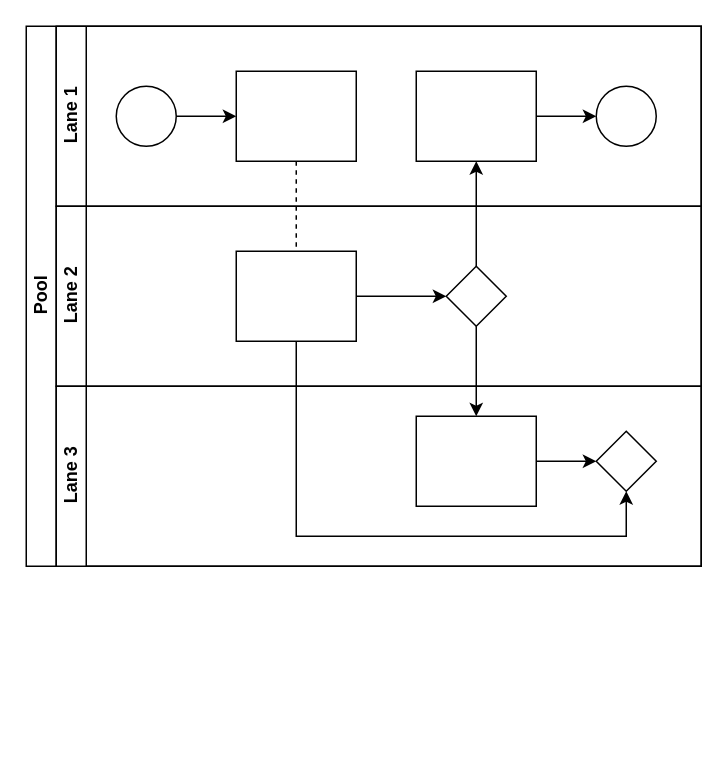
The draw.io diagram cdss_sop.drawio in sophsticate/drawio, before the edit. Source tidied: cells renumbered, new cells numbered last; positions are measured from the earlier drawing's top-left corner, leaving out a move shared by most shapes. Both pictures are drawn from the tidied source at 150%, with x=0, y=0 at pixel (26, 26).
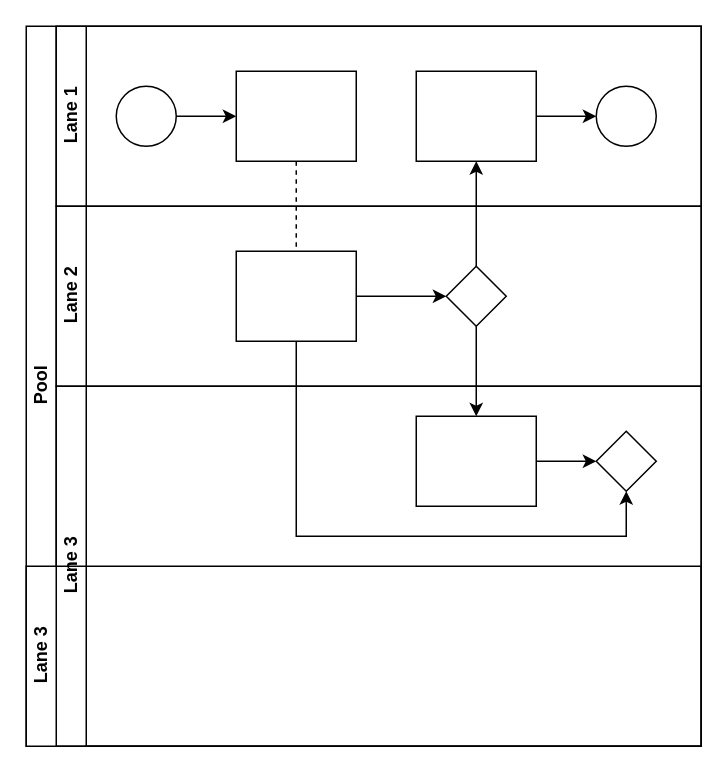
After the change.

What changed in the source:
```diff
@@
     <mxCell id="2" value="Pool" style="swimlane;html=1;horizontal=0;startSize=20;" parent="1" vertex="1">
-      <mxGeometry width="450" height="360" as="geometry" />
+      <mxGeometry width="450" height="480" as="geometry" />
     </mxCell>
@@
     <mxCell id="18" value="Lane 3" style="swimlane;html=1;startSize=20;horizontal=0;" parent="2" vertex="1">
-      <mxGeometry x="20" y="240" width="430" height="120" as="geometry" />
+      <mxGeometry x="20" y="240" width="430" height="240" as="geometry" />
     </mxCell>
@@
+    <mxCell id="22" value="Lane 3" style="swimlane;html=1;startSize=20;horizontal=0;" parent="18" vertex="1">
+      <mxGeometry x="-20" y="120" width="450" height="120" as="geometry" />
+    </mxCell>
```
